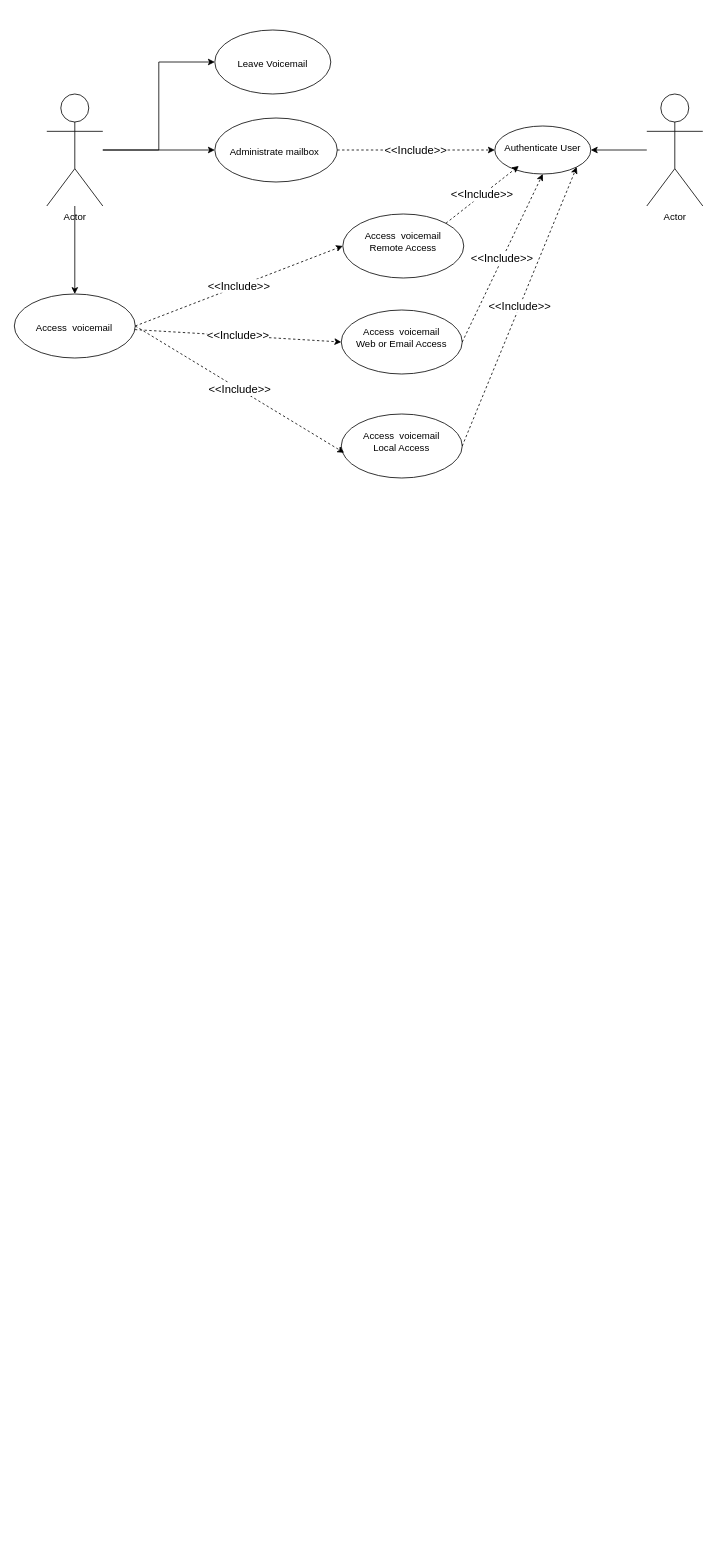
This is Untitled Diagram.drawio from Heshoo-ksh/voicemail-system-diagramss, a draw.io file, before an edit. Source tidied: cells renumbered, new cells numbered last; positions are measured from the earlier drawing's top-left corner, leaving out a move shared by most shapes. Both pictures are drawn from the tidied source at 80%, with x=0, y=0 at pixel (14, 30).
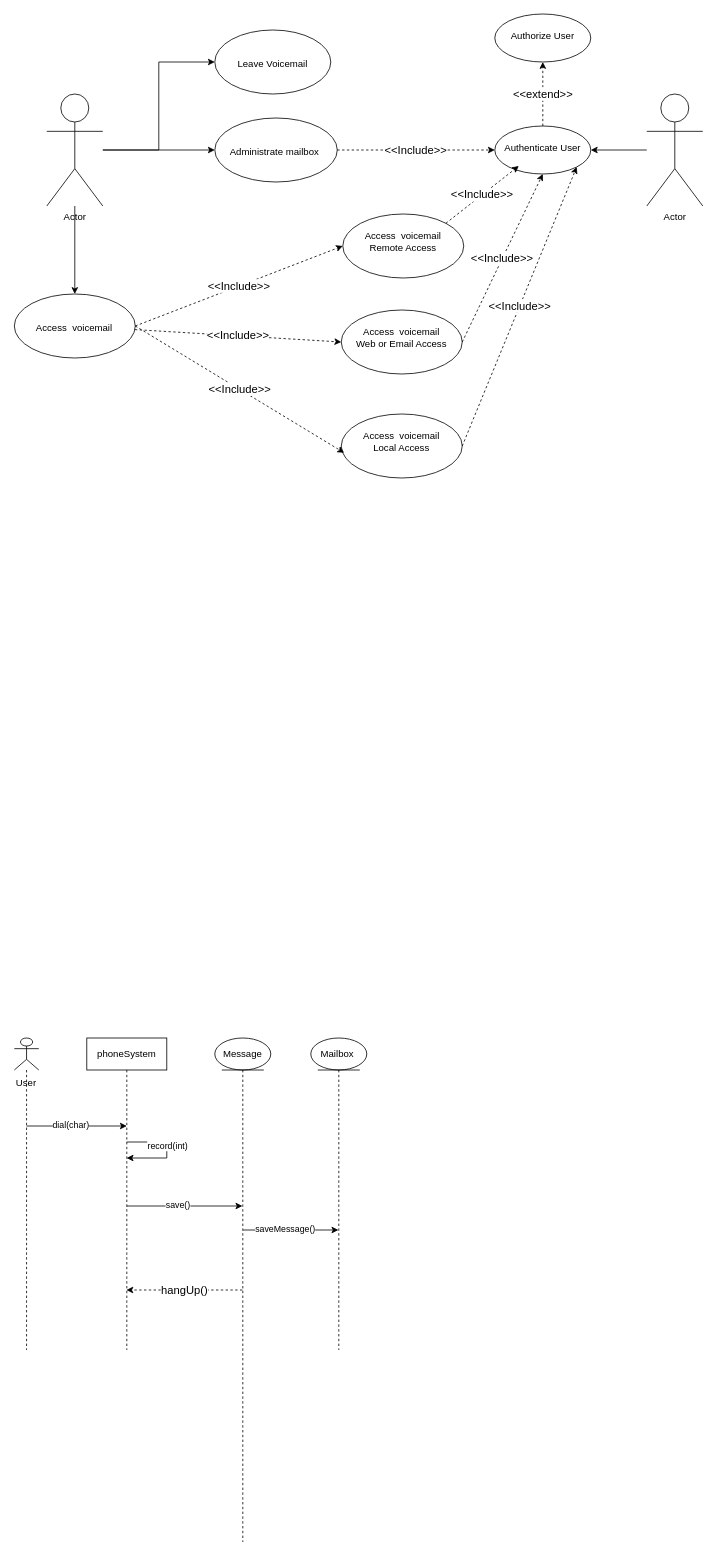
Above is the later version.

The change refers to these unchanged cells:
```xml
<mxCell id="17" value="&lt;br&gt;Authenticate User" style="ellipse;whiteSpace=wrap;html=1;verticalAlign=top;" parent="1" vertex="1">
  <mxGeometry x="601" y="120" width="120" height="60" as="geometry" />
</mxCell>
```

Change to the diagram source:
```diff
@@
+    <mxCell id="22" value="&lt;br&gt;Authorize User" style="ellipse;whiteSpace=wrap;html=1;verticalAlign=top;" parent="1" vertex="1">
+      <mxGeometry x="601" y="-20" width="120" height="60" as="geometry" />
+    </mxCell>
+    <mxCell id="23" value="&amp;lt;&amp;lt;extend&amp;gt;&amp;gt;" style="html=1;labelBackgroundColor=#ffffff;startArrow=none;startFill=0;startSize=6;endArrow=classic;endFill=1;endSize=6;jettySize=auto;strokeWidth=1;dashed=1;fontSize=14;rounded=0;entryX=0.5;entryY=1;entryDx=0;entryDy=0;exitX=0.5;exitY=0;exitDx=0;exitDy=0;" parent="1" edge="1" source="17" target="22">
+      <mxGeometry relative="1" as="geometry" />
+    </mxCell>
+    <mxCell id="24" value="&lt;br&gt;&lt;br&gt;&lt;br&gt;&lt;br&gt;&lt;br&gt;User" style="shape=umlLifeline;perimeter=lifelinePerimeter;whiteSpace=wrap;html=1;newEdgeStyle={&quot;curved&quot;:0,&quot;rounded&quot;:0};participant=umlActor;" parent="1" vertex="1">
+      <mxGeometry x="0.4" y="1260" width="30.6" height="390" as="geometry" />
+    </mxCell>
+    <mxCell id="25" value="Mailbox&amp;nbsp;" style="shape=umlLifeline;perimeter=lifelinePerimeter;whiteSpace=wrap;html=1;outlineConnect=0;portConstraint=eastwest;newEdgeStyle={&quot;curved&quot;:0,&quot;rounded&quot;:0};participant=umlEntity;size=40;" parent="1" vertex="1">
+      <mxGeometry x="371" y="1260" width="70" height="390" as="geometry" />
+    </mxCell>
+    <mxCell id="26" value="Message" style="shape=umlLifeline;perimeter=lifelinePerimeter;whiteSpace=wrap;html=1;outlineConnect=0;portConstraint=eastwest;newEdgeStyle={&quot;curved&quot;:0,&quot;rounded&quot;:0};participant=umlEntity;size=40;" parent="1" vertex="1">
+      <mxGeometry x="251" y="1260" width="70" height="630" as="geometry" />
+    </mxCell>
+    <mxCell id="27" value="phoneSystem" style="shape=umlLifeline;perimeter=lifelinePerimeter;whiteSpace=wrap;html=1;outlineConnect=0;portConstraint=eastwest;newEdgeStyle={&quot;curved&quot;:0,&quot;rounded&quot;:0};" parent="1" vertex="1">
+      <mxGeometry x="91" y="1260" width="100" height="390" as="geometry" />
+    </mxCell>
+    <mxCell id="28" style="endArrow=classic;html=1;rounded=0;" parent="1" edge="1">
+      <mxGeometry relative="1" as="geometry">
+        <mxPoint x="15.6" y="1370" as="sourcePoint" />
+        <mxPoint x="141" y="1370" as="targetPoint" />
+      </mxGeometry>
+    </mxCell>
+    <mxCell id="29" value="dial(char)" style="edgeLabel;html=1;align=center;verticalAlign=middle;" parent="28" vertex="1">
+      <mxGeometry x="-0.09" y="2" relative="1" as="geometry">
+        <mxPoint x="-2" as="offset" />
+      </mxGeometry>
+    </mxCell>
+    <mxCell id="30" style="endArrow=classic;html=1;rounded=0;" parent="1" edge="1">
+      <mxGeometry relative="1" as="geometry">
+        <mxPoint x="140.8" y="1390" as="sourcePoint" />
+        <mxPoint x="140.8" y="1410" as="targetPoint" />
+        <Array as="points">
+          <mxPoint x="191" y="1390" />
+          <mxPoint x="191" y="1410" />
+        </Array>
+      </mxGeometry>
+    </mxCell>
+    <mxCell id="31" value="record(int)" style="edgeLabel;html=1;align=center;verticalAlign=middle;" parent="30" vertex="1">
+      <mxGeometry x="-0.09" y="2" relative="1" as="geometry">
+        <mxPoint x="-2" as="offset" />
+      </mxGeometry>
+    </mxCell>
+    <mxCell id="32" style="endArrow=classic;html=1;rounded=0;" parent="1" edge="1">
+      <mxGeometry relative="1" as="geometry">
+        <mxPoint x="140.9" y="1470" as="sourcePoint" />
+        <mxPoint x="285.5" y="1470" as="targetPoint" />
+      </mxGeometry>
+    </mxCell>
+    <mxCell id="33" value="save()" style="edgeLabel;html=1;align=center;verticalAlign=middle;" parent="32" vertex="1">
+      <mxGeometry x="-0.09" y="2" relative="1" as="geometry">
+        <mxPoint x="-2" as="offset" />
+      </mxGeometry>
+    </mxCell>
+    <mxCell id="34" style="endArrow=classic;html=1;rounded=0;" parent="1" edge="1" target="25">
+      <mxGeometry relative="1" as="geometry">
+        <mxPoint x="286.4" y="1500" as="sourcePoint" />
+        <Array as="points">
+          <mxPoint x="391" y="1500" />
+        </Array>
+      </mxGeometry>
+    </mxCell>
+    <mxCell id="35" value="saveMessage()" style="edgeLabel;html=1;align=center;verticalAlign=middle;" parent="34" vertex="1">
+      <mxGeometry x="-0.09" y="2" relative="1" as="geometry">
+        <mxPoint x="-2" as="offset" />
+      </mxGeometry>
+    </mxCell>
+    <mxCell id="36" value="hangUp()" style="html=1;labelBackgroundColor=#ffffff;startArrow=none;startFill=0;startSize=6;endArrow=classic;endFill=1;endSize=6;jettySize=auto;strokeWidth=1;dashed=1;fontSize=14;rounded=0;" parent="1" edge="1" source="26" target="27">
+      <mxGeometry relative="1" as="geometry" />
+    </mxCell>
```
